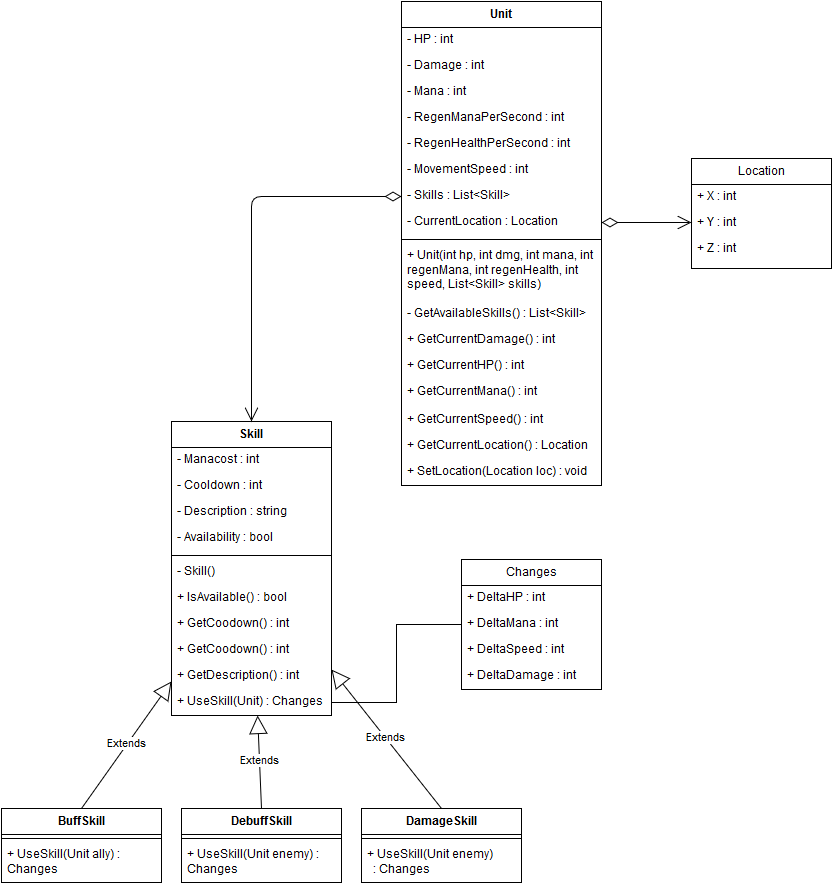
Above: GameSkills_v1.png in shadowzer/cSharp-engineering (draw.io), before the change. Source tidied: cells renumbered, new cells last; positions are measured from the earlier drawing's top-left corner, leaving out a move shared by most shapes.
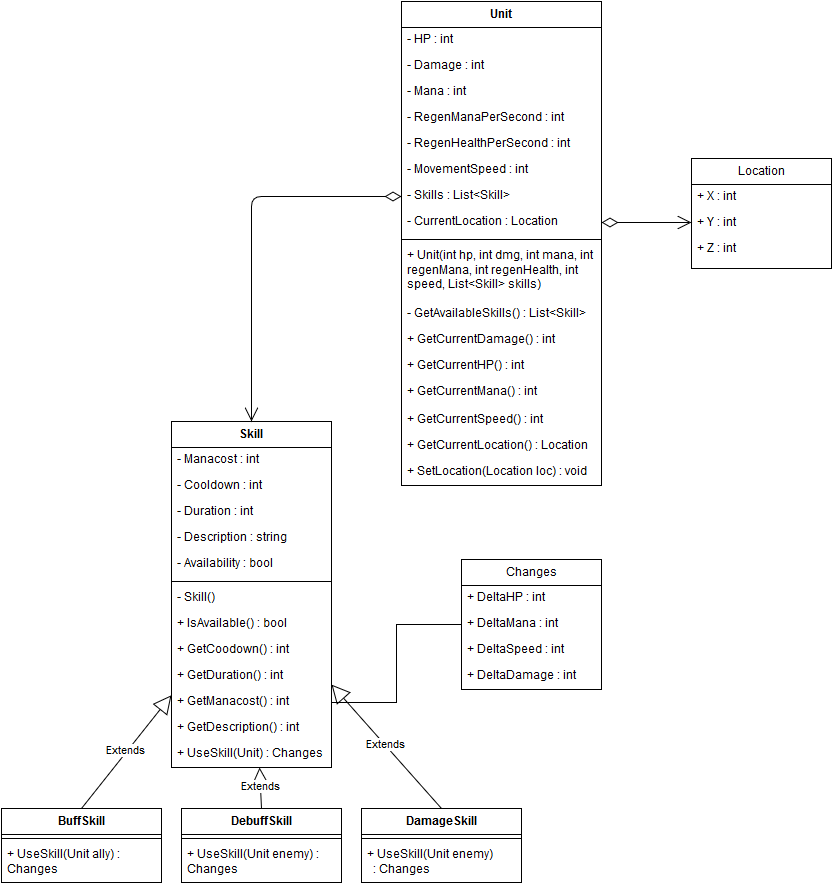
The same file after the commit.

Commit message:
added Duration to Skill class

Diff of the diagram source:
```diff
@@ -77,7 +77,7 @@
       </mxGeometry>
     </mxCell>
     <mxCell id="25" value="Skill" style="swimlane;html=1;fontStyle=1;align=center;verticalAlign=top;horizontal=1;startSize=26;swimlaneFillColor=#ffffff;" parent="1" vertex="1">
-      <mxGeometry x="170" y="420" width="160" height="294" as="geometry" />
+      <mxGeometry x="170" y="420" width="160" height="346" as="geometry" />
     </mxCell>
     <mxCell id="26" value="- Manacost : int&lt;br&gt;" style="text;html=1;strokeColor=none;fillColor=none;align=left;verticalAlign=top;spacingLeft=4;spacingRight=4;whiteSpace=wrap;overflow=hidden;" parent="25" vertex="1">
       <mxGeometry y="26" width="160" height="26" as="geometry" />
@@ -85,32 +85,38 @@
     <mxCell id="27" value="- Cooldown : int&lt;br&gt;" style="text;html=1;strokeColor=none;fillColor=none;align=left;verticalAlign=top;spacingLeft=4;spacingRight=4;whiteSpace=wrap;overflow=hidden;" parent="25" vertex="1">
       <mxGeometry y="52" width="160" height="26" as="geometry" />
     </mxCell>
+    <mxCell id="56" value="- Duration : int&lt;br&gt;" style="text;html=1;strokeColor=none;fillColor=none;align=left;verticalAlign=top;spacingLeft=4;spacingRight=4;whiteSpace=wrap;overflow=hidden;" parent="25" vertex="1">
+      <mxGeometry y="78" width="160" height="26" as="geometry" />
+    </mxCell>
     <mxCell id="28" value="- Description : string&lt;br&gt;" style="text;html=1;strokeColor=none;fillColor=none;align=left;verticalAlign=top;spacingLeft=4;spacingRight=4;whiteSpace=wrap;overflow=hidden;" parent="25" vertex="1">
-      <mxGeometry y="78" width="160" height="26" as="geometry" />
+      <mxGeometry y="104" width="160" height="26" as="geometry" />
     </mxCell>
     <mxCell id="29" value="- Availability : bool&lt;br&gt;" style="text;html=1;strokeColor=none;fillColor=none;align=left;verticalAlign=top;spacingLeft=4;spacingRight=4;whiteSpace=wrap;overflow=hidden;" parent="25" vertex="1">
-      <mxGeometry y="104" width="160" height="26" as="geometry" />
+      <mxGeometry y="130" width="160" height="26" as="geometry" />
     </mxCell>
     <mxCell id="30" style="line;html=1;strokeWidth=1;fillColor=none;align=left;verticalAlign=middle;spacingTop=-1;spacingLeft=3;spacingRight=3;labelPosition=right;" parent="25" vertex="1">
-      <mxGeometry y="130" width="160" height="8" as="geometry" />
+      <mxGeometry y="156" width="160" height="8" as="geometry" />
     </mxCell>
     <mxCell id="31" value="- Skill()&lt;br&gt;" style="text;html=1;strokeColor=none;fillColor=none;align=left;verticalAlign=top;spacingLeft=4;spacingRight=4;whiteSpace=wrap;overflow=hidden;" parent="25" vertex="1">
-      <mxGeometry y="138" width="160" height="26" as="geometry" />
+      <mxGeometry y="164" width="160" height="26" as="geometry" />
     </mxCell>
     <mxCell id="32" value="+ IsAvailable() : bool&lt;br&gt;" style="text;html=1;strokeColor=none;fillColor=none;align=left;verticalAlign=top;spacingLeft=4;spacingRight=4;whiteSpace=wrap;overflow=hidden;" parent="25" vertex="1">
-      <mxGeometry y="164" width="160" height="26" as="geometry" />
+      <mxGeometry y="190" width="160" height="26" as="geometry" />
     </mxCell>
     <mxCell id="33" value="+ GetCoodown() : int&lt;br&gt;" style="text;html=1;strokeColor=none;fillColor=none;align=left;verticalAlign=top;spacingLeft=4;spacingRight=4;whiteSpace=wrap;overflow=hidden;" parent="25" vertex="1">
-      <mxGeometry y="190" width="160" height="26" as="geometry" />
+      <mxGeometry y="216" width="160" height="26" as="geometry" />
     </mxCell>
-    <mxCell id="34" value="+ GetCoodown() : int&lt;br&gt;" style="text;html=1;strokeColor=none;fillColor=none;align=left;verticalAlign=top;spacingLeft=4;spacingRight=4;whiteSpace=wrap;overflow=hidden;" parent="25" vertex="1">
-      <mxGeometry y="216" width="160" height="26" as="geometry" />
+    <mxCell id="34" value="+ GetDuration() : int&lt;br&gt;" style="text;html=1;strokeColor=none;fillColor=none;align=left;verticalAlign=top;spacingLeft=4;spacingRight=4;whiteSpace=wrap;overflow=hidden;" parent="25" vertex="1">
+      <mxGeometry y="242" width="160" height="26" as="geometry" />
     </mxCell>
+    <mxCell id="57" value="+ GetManacost() : int&lt;br&gt;" style="text;html=1;strokeColor=none;fillColor=none;align=left;verticalAlign=top;spacingLeft=4;spacingRight=4;whiteSpace=wrap;overflow=hidden;" parent="25" vertex="1">
+      <mxGeometry y="268" width="160" height="26" as="geometry" />
+    </mxCell>
     <mxCell id="35" value="+ GetDescription() : int&lt;br&gt;" style="text;html=1;strokeColor=none;fillColor=none;align=left;verticalAlign=top;spacingLeft=4;spacingRight=4;whiteSpace=wrap;overflow=hidden;" parent="25" vertex="1">
-      <mxGeometry y="242" width="160" height="26" as="geometry" />
+      <mxGeometry y="294" width="160" height="26" as="geometry" />
     </mxCell>
     <mxCell id="36" value="+ UseSkill(Unit) : Changes&lt;br&gt;" style="text;html=1;strokeColor=none;fillColor=none;align=left;verticalAlign=top;spacingLeft=4;spacingRight=4;whiteSpace=wrap;overflow=hidden;points=[[0,0.5],[1,0.5]];portConstraint=eastwest;" parent="25" vertex="1">
-      <mxGeometry y="268" width="160" height="26" as="geometry" />
+      <mxGeometry y="320" width="160" height="26" as="geometry" />
     </mxCell>
     <mxCell id="37" style="endArrow=open;html=1;endSize=12;startArrow=diamondThin;startSize=14;startFill=0;edgeStyle=orthogonalEdgeStyle;align=left;verticalAlign=bottom;exitX=0;exitY=0.5;entryX=0.5;entryY=0;" parent="1" edge="1" source="9" target="25">
       <mxGeometry x="-1" y="3" relative="1" as="geometry">
```
